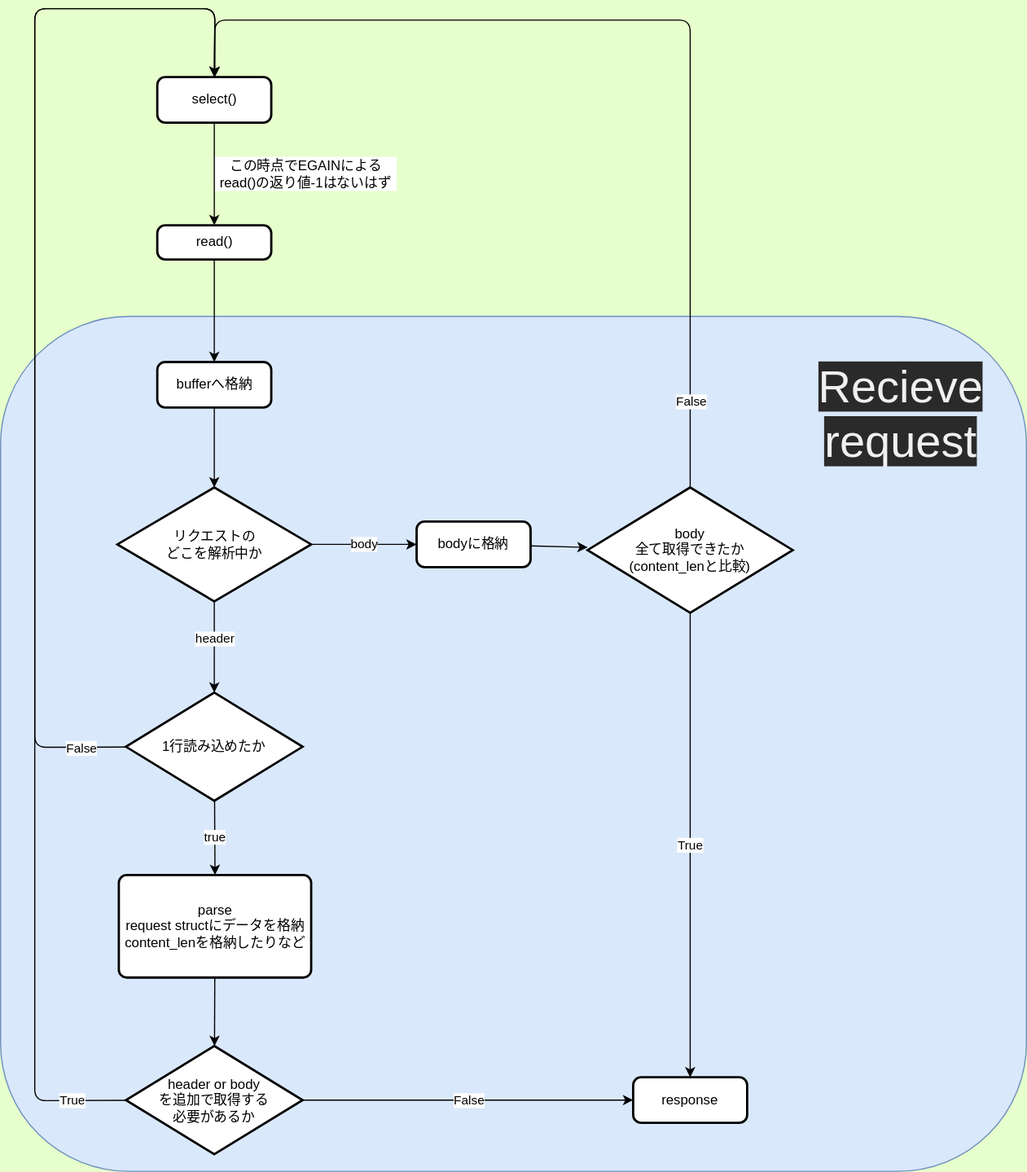
Before: drawing/recieve_request.drawio.svg, a diagram exported from draw.io (kohkubo/webserv). Source tidied: cells renumbered, new cells last; positions are measured from the earlier drawing's top-left corner, leaving out a move shared by most shapes.
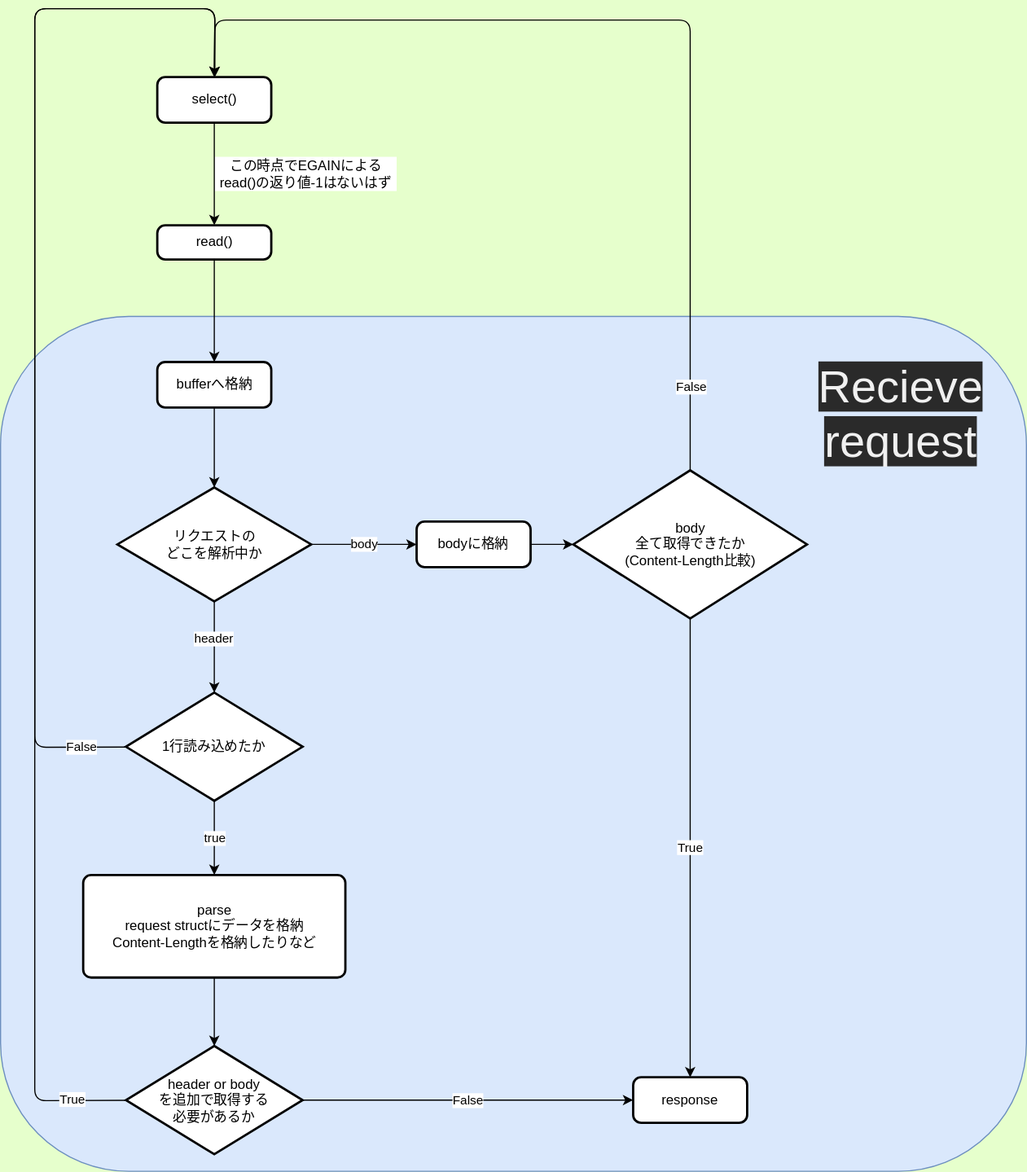
Later version of the same file.

Change to the diagram source:
```diff
@@ -43,8 +43,8 @@
     <mxCell id="12" style="edgeStyle=none;html=1;strokeColor=#000000;" parent="1" edge="1" source="13" target="30">
       <mxGeometry relative="1" as="geometry" />
     </mxCell>
-    <mxCell id="13" value="parse&lt;br&gt;request structにデータを格納&lt;br&gt;content_lenを格納したりなど" style="rounded=1;whiteSpace=wrap;html=1;absoluteArcSize=1;arcSize=14;strokeWidth=2;" parent="1" vertex="1">
-      <mxGeometry x="103.8" y="760" width="168.8" height="90" as="geometry" />
+    <mxCell id="13" value="parse&lt;br&gt;request structにデータを格納&lt;br&gt;Content-Lengthを格納したりなど" style="rounded=1;whiteSpace=wrap;html=1;absoluteArcSize=1;arcSize=14;strokeWidth=2;" parent="1" vertex="1">
+      <mxGeometry x="72.5" y="760" width="230" height="90" as="geometry" />
     </mxCell>
     <mxCell id="14" style="edgeStyle=none;html=1;entryX=0.5;entryY=0;entryDx=0;entryDy=0;entryPerimeter=0;strokeColor=#000000;" parent="1" edge="1" source="15" target="19">
       <mxGeometry relative="1" as="geometry" />
@@ -86,8 +86,8 @@
     <mxCell id="24" value="True" style="edgeStyle=none;html=1;strokeColor=#000000;" parent="1" edge="1" source="25" target="26">
       <mxGeometry relative="1" as="geometry" />
     </mxCell>
-    <mxCell id="25" value="body&lt;br&gt;全て取得できたか&lt;br&gt;(content_lenと比較)" style="strokeWidth=2;html=1;shape=mxgraph.flowchart.decision;whiteSpace=wrap;" parent="1" vertex="1">
-      <mxGeometry x="515" y="420" width="180" height="110" as="geometry" />
+    <mxCell id="25" value="body&lt;br&gt;全て取得できたか&lt;br&gt;(Content-Length比較)" style="strokeWidth=2;html=1;shape=mxgraph.flowchart.decision;whiteSpace=wrap;" parent="1" vertex="1">
+      <mxGeometry x="502.5" y="405" width="205" height="130" as="geometry" />
     </mxCell>
     <mxCell id="26" value="response" style="rounded=1;whiteSpace=wrap;html=1;absoluteArcSize=1;arcSize=14;strokeWidth=2;" parent="1" vertex="1">
       <mxGeometry x="555" y="937.5" width="100" height="40" as="geometry" />
```
